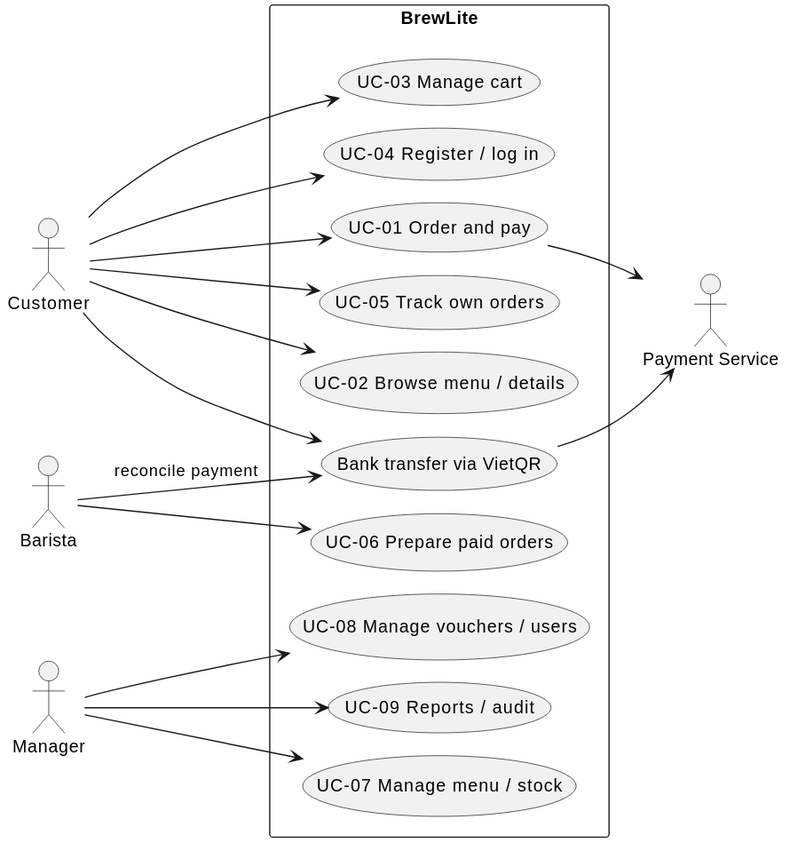
Above: docs/diagrams/use-cases.svg in https-monstiez/BrewLite-AS2 (PlantUML), before the change.
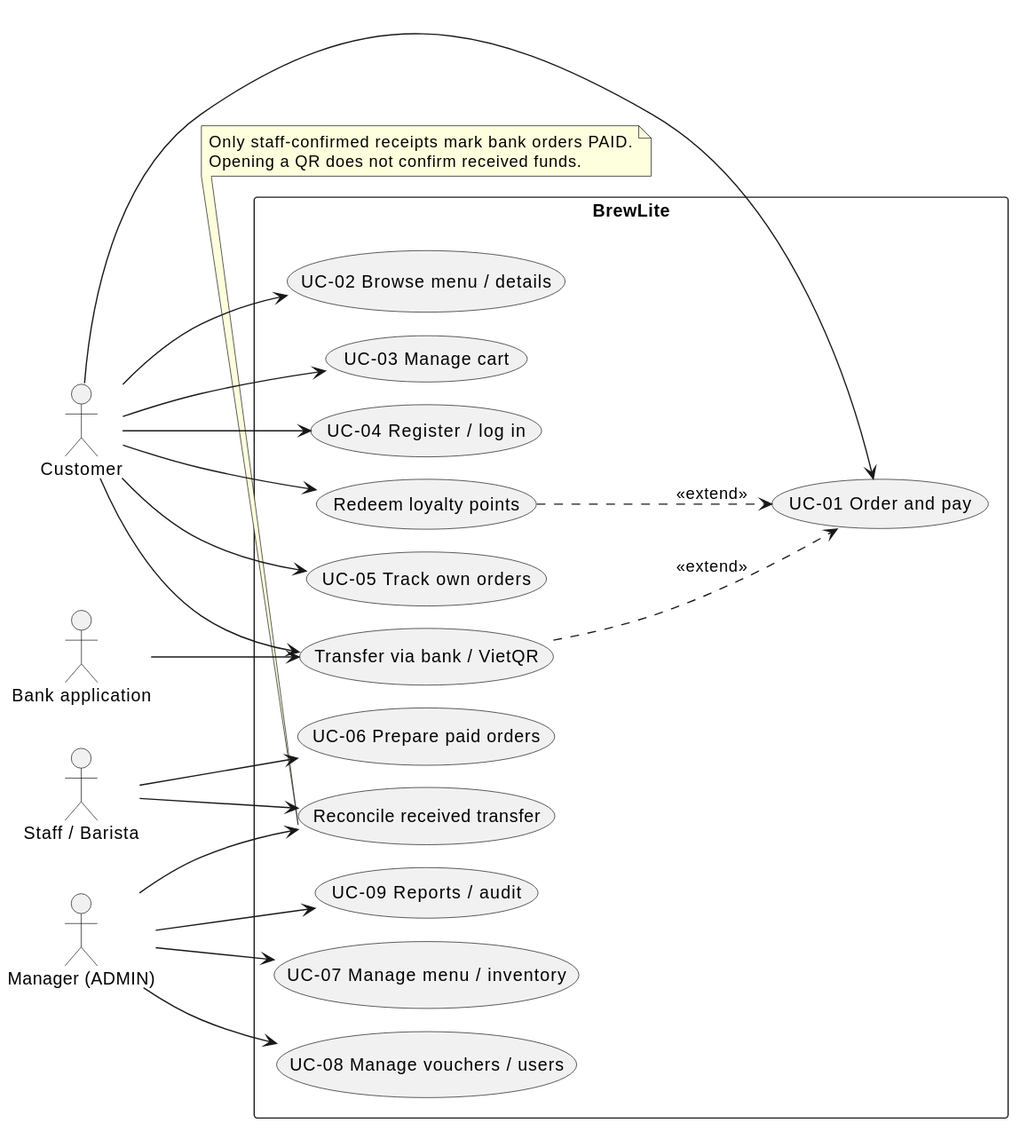
Later version of the same file.

What changed in the source:
```diff
@@ -4,18 +4,20 @@
 skinparam defaultFontName SansSerif
 left to right direction
 actor Customer
-actor Barista
-actor Manager
-actor "Payment Service" as PSP
+actor "Staff / Barista" as Staff
+actor "Manager (ADMIN)" as Manager
+actor "Bank application" as Bank
 rectangle BrewLite {
  usecase "UC-02 Browse menu / details" as browse
  usecase "UC-03 Manage cart" as cart
  usecase "UC-04 Register / log in" as auth
  usecase "UC-01 Order and pay" as checkout
- usecase "Bank transfer via VietQR" as bank
+ usecase "Transfer via bank / VietQR" as transfer
+ usecase "Redeem loyalty points" as points
+ usecase "Reconcile received transfer" as reconcile
  usecase "UC-05 Track own orders" as history
  usecase "UC-06 Prepare paid orders" as queue
- usecase "UC-07 Manage menu / stock" as menu
+ usecase "UC-07 Manage menu / inventory" as menu
  usecase "UC-08 Manage vouchers / users" as manage
  usecase "UC-09 Reports / audit" as report
 }
@@ -24,12 +26,19 @@
 Customer --> auth
 Customer --> checkout
 Customer --> history
-Customer --> bank
-bank --> PSP
-Barista --> bank : reconcile payment
-Barista --> queue
+Customer --> transfer
+Customer --> points
+Bank --> transfer
+Staff --> reconcile
+Staff --> queue
+Manager --> reconcile
 Manager --> menu
 Manager --> manage
 Manager --> report
-checkout --> PSP
+transfer ..> checkout : <<extend>>
+points ..> checkout : <<extend>>
+note bottom of reconcile
+Only staff-confirmed receipts mark bank orders PAID.
+Opening a QR does not confirm received funds.
+end note
 @enduml
```
